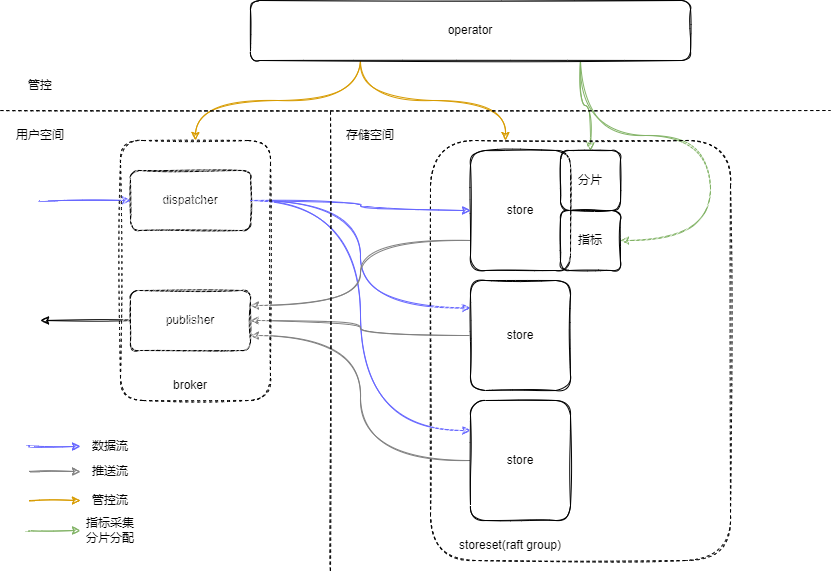
This is architecture.png from stream-stack/store-operator, a draw.io export, as it was before one commit. Source tidied: cells renumbered, new cells last; positions are measured from the earlier drawing's top-left corner, leaving out a move shared by most shapes.
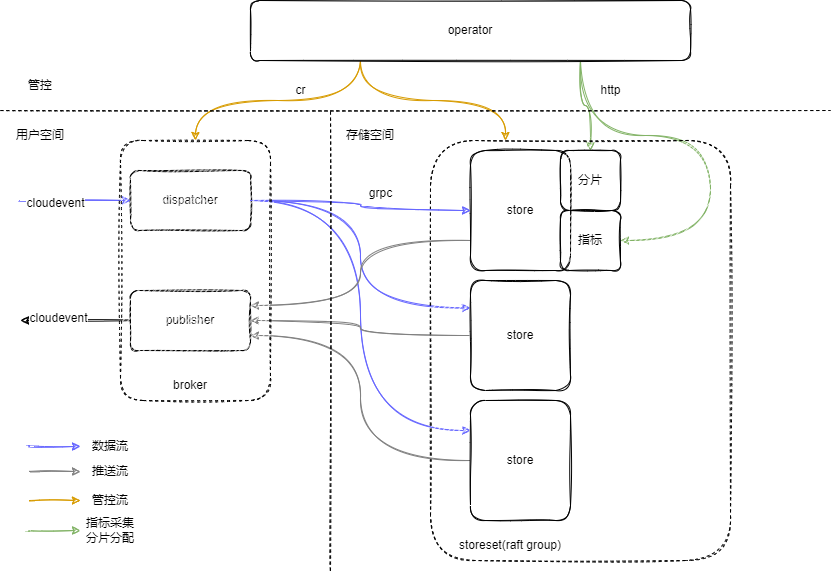
The same file after the commit.

Change to the diagram source:
```diff
@@ -34,9 +34,12 @@
     </mxCell>
     <mxCell id="11" style="endArrow=classic;html=1;rounded=1;entryX=0;entryY=0.5;entryDx=0;entryDy=0;sketch=1;curved=1;strokeColor=#6666FF;" parent="1" edge="1" target="4">
       <mxGeometry relative="1" as="geometry">
-        <mxPoint x="40" y="200" as="sourcePoint" />
+        <mxPoint x="20" y="200" as="sourcePoint" />
       </mxGeometry>
     </mxCell>
+    <mxCell id="39" value="cloudevent" style="edgeLabel;html=1;align=center;verticalAlign=middle;" parent="11" vertex="1">
+      <mxGeometry x="-0.38" y="-2" relative="1" as="geometry" />
+    </mxCell>
     <mxCell id="12" style="rounded=1;whiteSpace=wrap;html=1;dashed=1;fillColor=#FFFFFF;sketch=1;" parent="1" vertex="1">
       <mxGeometry x="430" y="140" width="300" height="420" as="geometry" />
     </mxCell>
@@ -87,9 +90,12 @@
     </mxCell>
     <mxCell id="27" style="edgeStyle=orthogonalEdgeStyle;curved=1;rounded=1;sketch=1;jettySize=auto;html=1;" parent="1" edge="1" source="28">
       <mxGeometry relative="1" as="geometry">
-        <mxPoint x="40" y="320" as="targetPoint" />
+        <mxPoint x="20" y="320" as="targetPoint" />
       </mxGeometry>
     </mxCell>
+    <mxCell id="40" value="cloudevent" style="edgeLabel;html=1;align=center;verticalAlign=middle;" parent="27" vertex="1">
+      <mxGeometry x="0.33" y="-3" relative="1" as="geometry" />
+    </mxCell>
     <mxCell id="28" value="publisher" style="rounded=1;whiteSpace=wrap;html=1;sketch=1;" parent="1" vertex="1">
       <mxGeometry x="130" y="290" width="120" height="60" as="geometry" />
     </mxCell>
@@ -135,5 +141,14 @@
     <mxCell id="38" value="指标采集分片分配" style="text;html=1;strokeColor=none;fillColor=none;align=center;verticalAlign=middle;whiteSpace=wrap;rounded=0;sketch=1;" parent="1" vertex="1">
       <mxGeometry x="80" y="515" width="60" height="30" as="geometry" />
     </mxCell>
+    <mxCell id="41" value="grpc" style="text;html=1;align=center;verticalAlign=middle;strokeColor=none;fillColor=none;" parent="1" vertex="1">
+      <mxGeometry x="360" y="183" width="40" height="20" as="geometry" />
+    </mxCell>
+    <mxCell id="42" value="http" style="text;html=1;align=center;verticalAlign=middle;strokeColor=none;fillColor=none;" parent="1" vertex="1">
+      <mxGeometry x="590" y="80" width="40" height="20" as="geometry" />
+    </mxCell>
+    <mxCell id="43" value="cr" style="text;html=1;align=center;verticalAlign=middle;strokeColor=none;fillColor=none;" parent="1" vertex="1">
+      <mxGeometry x="285" y="80" width="30" height="20" as="geometry" />
+    </mxCell>
   </root>
 </mxGraphModel>
```
